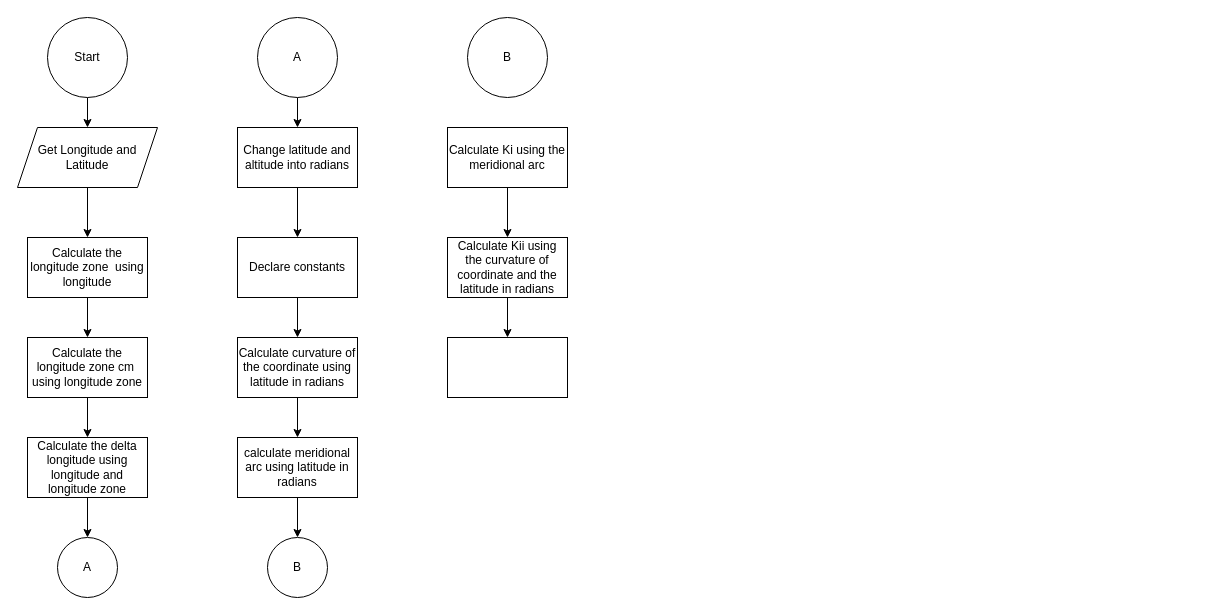
Above: Converting_to_UTM.drawio in angusbarnes/ENGG100 (draw.io), before the change. Source tidied: cells renumbered, new cells numbered last; positions are measured from the earlier drawing's top-left corner, leaving out a move shared by most shapes. Both pictures are drawn from the tidied source at 100%, with x=0, y=0 at pixel (17, 17).
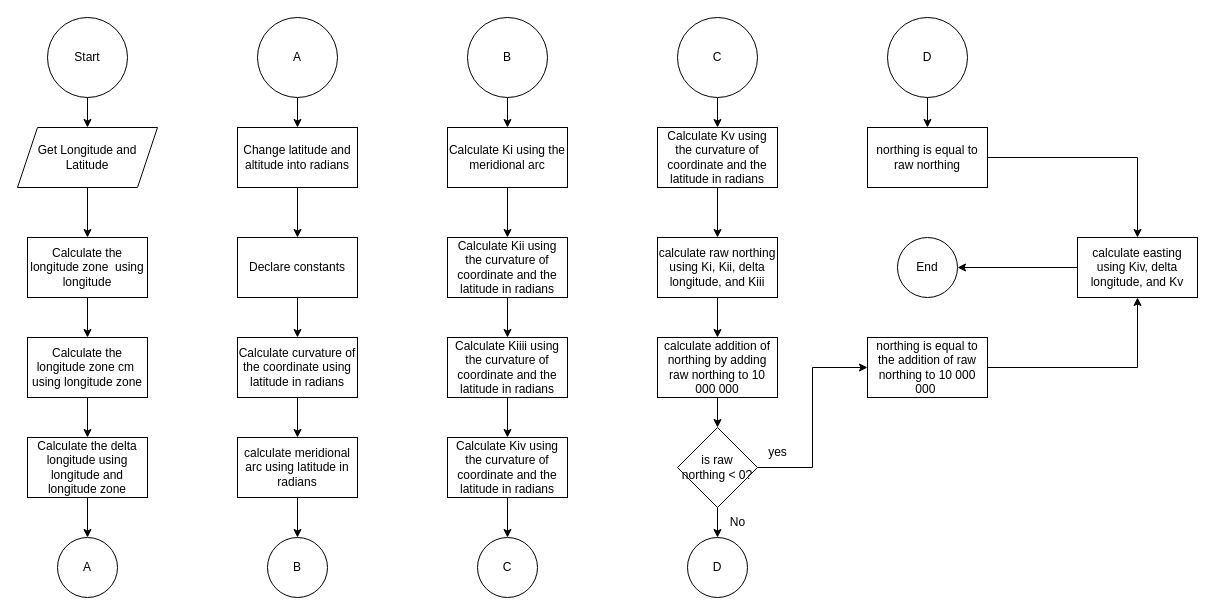
The same diagram, later.

The change refers to these unchanged cells:
```xml
<mxCell id="24" value="B" style="ellipse;whiteSpace=wrap;html=1;" parent="1" vertex="1">
  <mxGeometry x="450" width="80" height="80" as="geometry" />
</mxCell>
<mxCell id="26" value="Calculate Ki using the meridional arc" style="rounded=0;whiteSpace=wrap;html=1;" parent="1" vertex="1">
  <mxGeometry x="430" y="110" width="120" height="60" as="geometry" />
</mxCell>
```

Change to the diagram source:
```diff
@@
+    <mxCell id="30" style="edgeStyle=orthogonalEdgeStyle;rounded=0;jettySize=auto;html=1;" parent="1" edge="1" source="24" target="26">
+      <mxGeometry relative="1" as="geometry" />
+    </mxCell>
@@
+    <mxCell id="31" style="edgeStyle=orthogonalEdgeStyle;rounded=0;jettySize=auto;html=1;" parent="1" edge="1" source="29" target="33">
+      <mxGeometry relative="1" as="geometry" />
+    </mxCell>
-    <mxCell id="29" style="whiteSpace=wrap;html=1;rounded=0;" parent="1" vertex="1">
+    <mxCell id="29" value="Calculate Kiiii using the curvature of coordinate and the latitude in radians" style="whiteSpace=wrap;html=1;rounded=0;" parent="1" vertex="1">
       <mxGeometry x="430" y="320" width="120" height="60" as="geometry" />
     </mxCell>
+    <mxCell id="32" style="edgeStyle=orthogonalEdgeStyle;rounded=0;jettySize=auto;html=1;entryX=0.5;entryY=0;entryDx=0;entryDy=0;" parent="1" edge="1" source="33" target="34">
+      <mxGeometry relative="1" as="geometry" />
+    </mxCell>
+    <mxCell id="33" value="Calculate Kiv using the curvature of coordinate and the latitude in radians" style="whiteSpace=wrap;html=1;rounded=0;" parent="1" vertex="1">
+      <mxGeometry x="430" y="420" width="120" height="60" as="geometry" />
+    </mxCell>
+    <mxCell id="34" value="C" style="ellipse;whiteSpace=wrap;html=1;" parent="1" vertex="1">
+      <mxGeometry x="460" y="520" width="60" height="60" as="geometry" />
+    </mxCell>
+    <mxCell id="35" style="edgeStyle=orthogonalEdgeStyle;rounded=0;jettySize=auto;html=1;" parent="1" edge="1" source="36" target="38">
+      <mxGeometry relative="1" as="geometry" />
+    </mxCell>
+    <mxCell id="36" value="Calculate Kv using the curvature of coordinate and the latitude in radians" style="rounded=0;whiteSpace=wrap;html=1;" parent="1" vertex="1">
+      <mxGeometry x="640" y="110" width="120" height="60" as="geometry" />
+    </mxCell>
+    <mxCell id="37" style="edgeStyle=orthogonalEdgeStyle;rounded=0;jettySize=auto;html=1;" parent="1" edge="1" source="38" target="40">
+      <mxGeometry relative="1" as="geometry" />
+    </mxCell>
+    <mxCell id="38" value="calculate raw northing using Ki, Kii, delta longitude, and Kiii" style="whiteSpace=wrap;html=1;rounded=0;" parent="1" vertex="1">
+      <mxGeometry x="640" y="220" width="120" height="60" as="geometry" />
+    </mxCell>
+    <mxCell id="39" style="edgeStyle=orthogonalEdgeStyle;rounded=0;jettySize=auto;html=1;" parent="1" edge="1" source="40" target="45">
+      <mxGeometry relative="1" as="geometry" />
+    </mxCell>
+    <mxCell id="40" value="calculate addition of northing by adding raw northing to 10 000 000" style="whiteSpace=wrap;html=1;rounded=0;" parent="1" vertex="1">
+      <mxGeometry x="640" y="320" width="120" height="60" as="geometry" />
+    </mxCell>
+    <mxCell id="41" style="edgeStyle=orthogonalEdgeStyle;rounded=0;jettySize=auto;html=1;entryX=0.5;entryY=0;entryDx=0;entryDy=0;" parent="1" edge="1" source="42" target="36">
+      <mxGeometry relative="1" as="geometry" />
+    </mxCell>
+    <mxCell id="42" value="C" style="ellipse;whiteSpace=wrap;html=1;" parent="1" vertex="1">
+      <mxGeometry x="660" width="80" height="80" as="geometry" />
+    </mxCell>
+    <mxCell id="43" style="edgeStyle=orthogonalEdgeStyle;rounded=0;jettySize=auto;html=1;exitX=0.5;exitY=1;exitDx=0;exitDy=0;" parent="1" edge="1" source="45" target="46">
+      <mxGeometry relative="1" as="geometry" />
+    </mxCell>
+    <mxCell id="44" style="edgeStyle=orthogonalEdgeStyle;rounded=0;jettySize=auto;html=1;entryX=0;entryY=0.5;entryDx=0;entryDy=0;" parent="1" edge="1" source="45" target="53">
+      <mxGeometry relative="1" as="geometry" />
+    </mxCell>
+    <mxCell id="45" value="is raw northing &amp;lt; 0?" style="rhombus;whiteSpace=wrap;html=1;" parent="1" vertex="1">
+      <mxGeometry x="660" y="410" width="80" height="80" as="geometry" />
+    </mxCell>
+    <mxCell id="46" value="D" style="ellipse;whiteSpace=wrap;html=1;" parent="1" vertex="1">
+      <mxGeometry x="670" y="520" width="60" height="60" as="geometry" />
+    </mxCell>
+    <mxCell id="47" value="No" style="text;html=1;align=center;verticalAlign=middle;strokeColor=none;fillColor=none;" parent="1" vertex="1">
+      <mxGeometry x="700" y="490" width="40" height="30" as="geometry" />
+    </mxCell>
+    <mxCell id="48" style="edgeStyle=orthogonalEdgeStyle;rounded=0;jettySize=auto;html=1;" parent="1" edge="1" source="49" target="51">
+      <mxGeometry relative="1" as="geometry" />
+    </mxCell>
+    <mxCell id="49" value="D" style="ellipse;whiteSpace=wrap;html=1;" parent="1" vertex="1">
+      <mxGeometry x="870" width="80" height="80" as="geometry" />
+    </mxCell>
+    <mxCell id="50" style="edgeStyle=orthogonalEdgeStyle;rounded=0;jettySize=auto;html=1;" parent="1" edge="1" source="51" target="56">
+      <mxGeometry relative="1" as="geometry" />
+    </mxCell>
+    <mxCell id="51" value="northing is equal to raw northing" style="rounded=0;whiteSpace=wrap;html=1;" parent="1" vertex="1">
+      <mxGeometry x="850" y="110" width="120" height="60" as="geometry" />
+    </mxCell>
+    <mxCell id="52" style="edgeStyle=orthogonalEdgeStyle;rounded=0;jettySize=auto;html=1;entryX=0.5;entryY=1;entryDx=0;entryDy=0;" parent="1" edge="1" source="53" target="56">
+      <mxGeometry relative="1" as="geometry" />
+    </mxCell>
+    <mxCell id="53" value="northing is equal to the addition of raw northing to 10 000 000&amp;nbsp;" style="rounded=0;whiteSpace=wrap;html=1;" parent="1" vertex="1">
+      <mxGeometry x="850" y="320" width="120" height="60" as="geometry" />
+    </mxCell>
+    <mxCell id="54" value="yes" style="text;html=1;align=center;verticalAlign=middle;strokeColor=none;fillColor=none;" parent="1" vertex="1">
+      <mxGeometry x="740" y="420" width="40" height="30" as="geometry" />
+    </mxCell>
+    <mxCell id="55" style="edgeStyle=orthogonalEdgeStyle;rounded=0;jettySize=auto;html=1;entryX=1;entryY=0.5;entryDx=0;entryDy=0;" parent="1" edge="1" source="56" target="57">
+      <mxGeometry relative="1" as="geometry" />
+    </mxCell>
+    <mxCell id="56" value="calculate easting using Kiv, delta longitude, and Kv" style="whiteSpace=wrap;html=1;rounded=0;" parent="1" vertex="1">
+      <mxGeometry x="1060" y="220" width="120" height="60" as="geometry" />
+    </mxCell>
+    <mxCell id="57" value="End" style="ellipse;whiteSpace=wrap;html=1;" parent="1" vertex="1">
+      <mxGeometry x="880" y="220" width="60" height="60" as="geometry" />
+    </mxCell>
```
